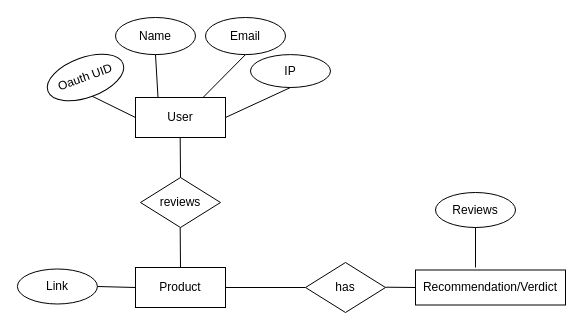
Above: reeview-ER.drawio in aashu-kattel/Sys.-Analysis-Design (draw.io), before the change. Source tidied: cells renumbered, new cells numbered last; positions are measured from the earlier drawing's top-left corner, leaving out a move shared by most shapes. Both pictures are drawn from the tidied source at 100%, with x=0, y=0 at pixel (17, 17).
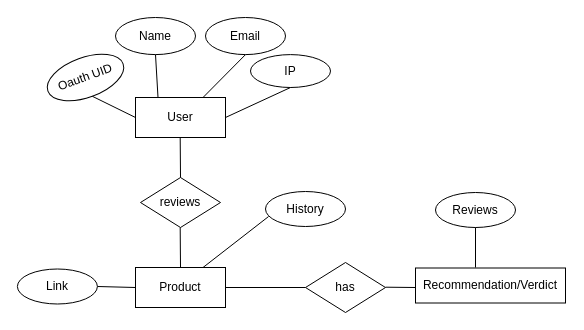
The same page after the edit.

Unchanged cells that the change refers to:
```xml
<mxCell id="14" value="Product" style="rounded=0;whiteSpace=wrap;html=1;fillColor=none;" parent="1" vertex="1">
  <mxGeometry x="118" y="250" width="90" height="40" as="geometry" />
</mxCell>
```

What changed in the source:
```diff
@@
     <mxCell id="17" value="Recommendation/Verdict" style="rounded=0;whiteSpace=wrap;html=1;fillColor=none;" parent="1" vertex="1">
-      <mxGeometry x="398" y="252.5" width="150" height="35" as="geometry" />
+      <mxGeometry x="398" y="250.5" width="150" height="35" as="geometry" />
     </mxCell>
@@
+    <mxCell id="23" value="History" style="ellipse;whiteSpace=wrap;html=1;fillColor=none;rotation=0;" parent="1" vertex="1">
+      <mxGeometry x="248" y="174" width="80" height="35" as="geometry" />
+    </mxCell>
+    <mxCell id="24" style="endArrow=none;html=1;rounded=0;entryX=0.039;entryY=0.714;entryDx=0;entryDy=0;exitX=0.75;exitY=0;exitDx=0;exitDy=0;entryPerimeter=0;" parent="1" edge="1" source="14" target="23">
+      <mxGeometry relative="1" as="geometry" />
+    </mxCell>
```
